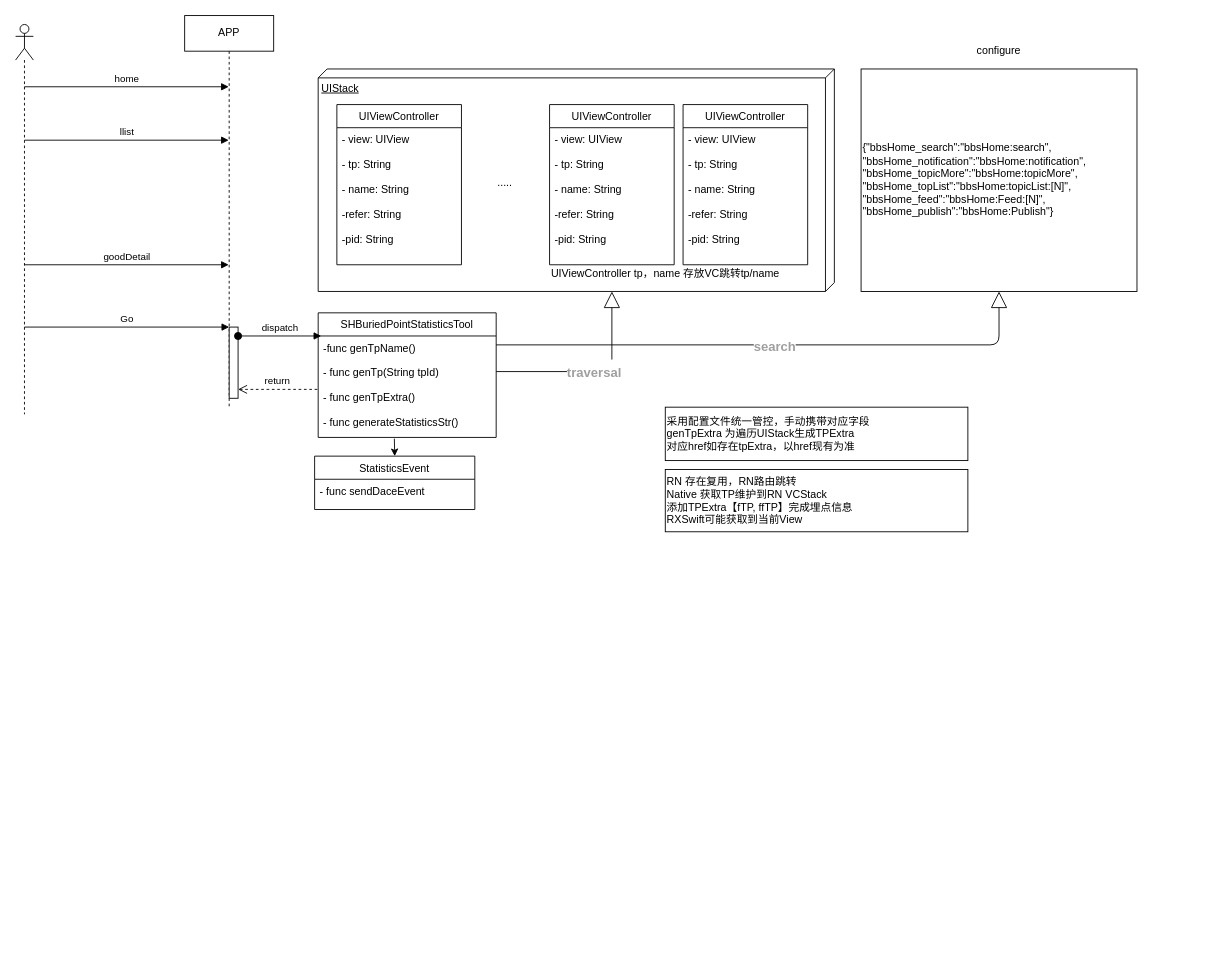
Earlier version of the draw.io diagram iOS埋点设计.drawio (aiquantong/Hero). Source tidied: cells renumbered, new cells numbered last; positions are measured from the earlier drawing's top-left corner, leaving out a move shared by most shapes. Both pictures are drawn from the tidied source at 89%, with x=0, y=0 at pixel (15, 15).
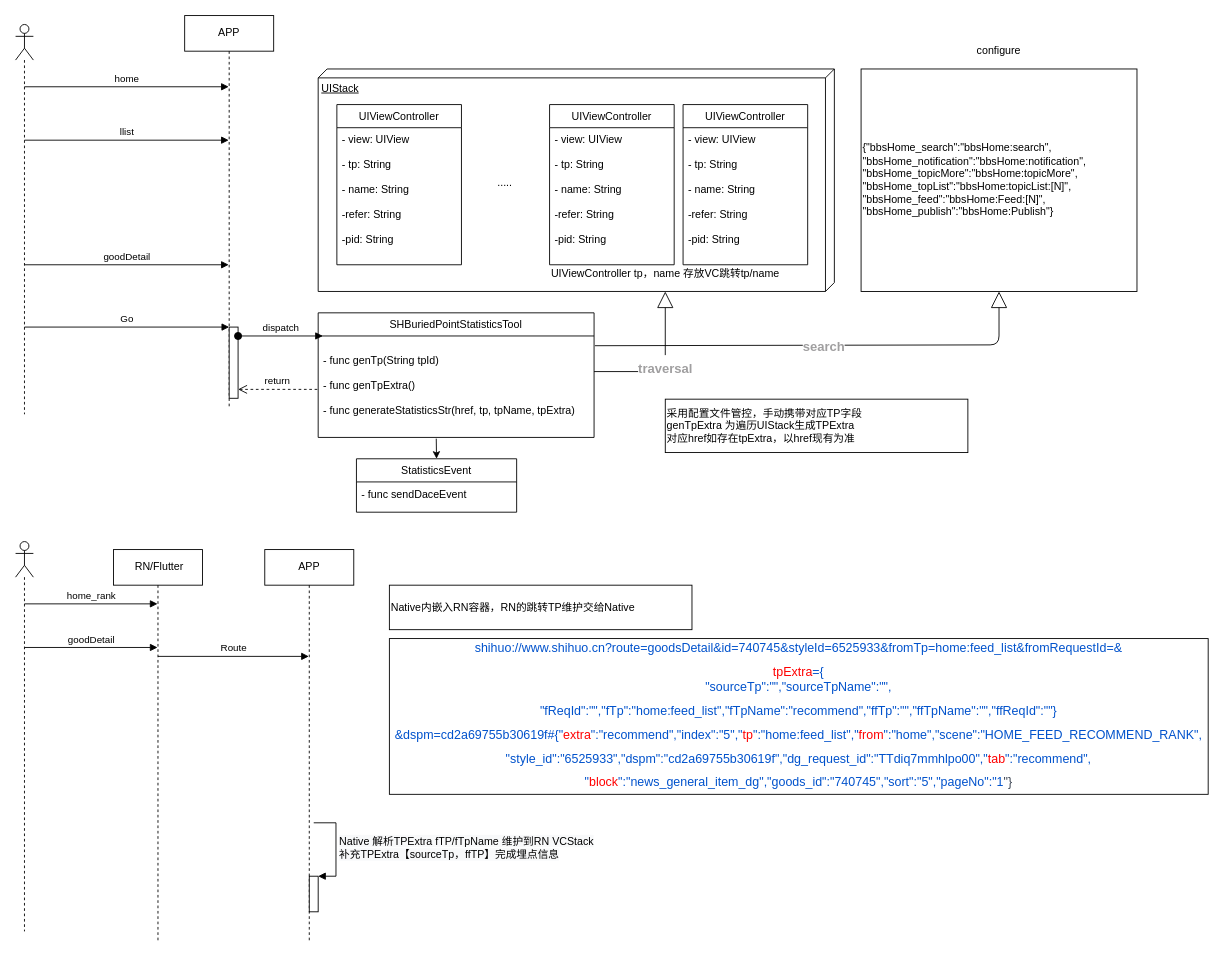
After the change.

Unchanged cells that the change refers to:
```xml
<mxCell id="2" value="UIStack" style="verticalAlign=top;align=left;spacingTop=8;spacingLeft=2;spacingRight=12;shape=cube;size=10;direction=south;fontStyle=4;html=1;" parent="1" vertex="1">
  <mxGeometry x="340" y="60" width="580" height="250" as="geometry" />
</mxCell>
<mxCell id="28" value="{&quot;bbsHome_search&quot;:&quot;bbsHome:search&quot;,&lt;br&gt;&quot;bbsHome_notification&quot;:&quot;bbsHome:notification&quot;,&lt;br&gt;&quot;bbsHome_topicMore&quot;:&quot;bbsHome:topicMore&quot;,&lt;br&gt;&quot;bbsHome_topList&quot;:&quot;bbsHome:topicList:[N]&quot;,&lt;br&gt;&quot;bbsHome_feed&quot;:&quot;bbsHome:Feed:[N]&quot;,&lt;br&gt;&quot;bbsHome_publish&quot;:&quot;bbsHome:Publish&quot;}" style="rounded=0;whiteSpace=wrap;html=1;align=left;" parent="1" vertex="1">
  <mxGeometry x="950" y="60" width="310" height="250" as="geometry" />
</mxCell>
```

Diff of the diagram source:
```diff
@@
     <mxCell id="5" value="SHBuriedPointStatisticsTool" style="swimlane;fontStyle=0;horizontal=1;startSize=26;fillColor=none;" parent="1" vertex="1">
-      <mxGeometry x="340" y="334" width="200" height="140" as="geometry" />
+      <mxGeometry x="340" y="334" width="310" height="140" as="geometry" />
     </mxCell>
-    <mxCell id="6" value="-func genTpName()&#10;&#10;- func genTp(String tpId)&#10;&#10;- func genTpExtra()&#10;&#10;- func generateStatisticsStr()" style="text;strokeColor=none;fillColor=none;align=left;verticalAlign=top;spacingLeft=4;spacingRight=4;overflow=hidden;points=[[0,0.5],[1,0.5]];portConstraint=eastwest;" parent="5" vertex="1">
-      <mxGeometry y="26" width="200" height="114" as="geometry" />
+    <mxCell id="6" value="&#10;- func genTp(String tpId)&#10;&#10;- func genTpExtra()&#10;&#10;- func generateStatisticsStr(href, tp, tpName, tpExtra)" style="text;strokeColor=none;fillColor=none;align=left;verticalAlign=top;spacingLeft=4;spacingRight=4;overflow=hidden;points=[[0,0.5],[1,0.5]];portConstraint=eastwest;" parent="5" vertex="1">
+      <mxGeometry y="26" width="310" height="114" as="geometry" />
     </mxCell>
@@
     <mxCell id="21" value="StatisticsEvent" style="swimlane;fontStyle=0;horizontal=1;startSize=26;fillColor=none;" parent="1" vertex="1">
-      <mxGeometry x="336" y="495" width="180" height="60" as="geometry" />
+      <mxGeometry x="383" y="498" width="180" height="60" as="geometry" />
     </mxCell>
@@
-    <mxCell id="24" value="&lt;h1 id=&quot;titleHeading&quot; style=&quot;margin: 0px ; background-position: 0px 0px&quot;&gt;&lt;font color=&quot;#a09fa0&quot; face=&quot;helvetica, lucida grande, lucida, verdana, sans-serif&quot;&gt;&lt;span style=&quot;font-size: 14.6667px&quot;&gt;traversal&lt;/span&gt;&lt;/font&gt;&lt;br&gt;&lt;/h1&gt;" style="endArrow=block;endSize=16;endFill=0;html=1;entryX=1;entryY=0.431;entryDx=0;entryDy=0;entryPerimeter=0;" parent="1" edge="1" target="2">
+    <mxCell id="24" value="&lt;h1 id=&quot;titleHeading&quot; style=&quot;margin: 0px ; background-position: 0px 0px&quot;&gt;&lt;font color=&quot;#a09fa0&quot; face=&quot;helvetica, lucida grande, lucida, verdana, sans-serif&quot;&gt;&lt;span style=&quot;font-size: 14.6667px&quot;&gt;traversal&lt;/span&gt;&lt;/font&gt;&lt;br&gt;&lt;/h1&gt;" style="endArrow=block;endSize=16;endFill=0;html=1;entryX=1;entryY=0.431;entryDx=0;entryDy=0;entryPerimeter=0;exitX=1;exitY=0.351;exitDx=0;exitDy=0;exitPerimeter=0;" parent="1" edge="1" source="6">
       <mxGeometry relative="1" as="geometry">
-        <mxPoint x="540" y="400" as="sourcePoint" />
+        <mxPoint x="730" y="310" as="targetPoint" />
         <Array as="points">
-          <mxPoint x="670" y="400" />
+          <mxPoint x="730" y="400" />
         </Array>
       </mxGeometry>
     </mxCell>
-    <mxCell id="25" value="&lt;span&gt;采用配置文件统一管控，手动携带对应字段&lt;br&gt;&lt;/span&gt;&lt;span&gt;genTpExtra 为遍历UIStack生成TPExtra&lt;br&gt;&lt;/span&gt;&lt;span&gt;对应href如存在tpExtra，以href现有为准&lt;br&gt;&lt;/span&gt;" style="rounded=0;whiteSpace=wrap;html=1;align=left;" parent="1" vertex="1">
-      <mxGeometry x="730" y="440" width="340" height="60" as="geometry" />
+    <mxCell id="25" value="&lt;span&gt;采用配置文件管控，手动携带对应TP字段&lt;br&gt;&lt;/span&gt;&lt;span&gt;genTpExtra 为遍历UIStack生成TPExtra&lt;br&gt;&lt;/span&gt;&lt;span&gt;对应href如存在tpExtra，以href现有为准&lt;br&gt;&lt;/span&gt;" style="rounded=0;whiteSpace=wrap;html=1;align=left;" parent="1" vertex="1">
+      <mxGeometry x="730" y="431" width="340" height="60" as="geometry" />
     </mxCell>
-    <mxCell id="26" value="&lt;span&gt;RN 存在复用，RN路由跳转&lt;br&gt;Native 获取TP维护到RN VCStack&lt;br&gt;添加TPExtra【fTP, ffTP】完成埋点信息&lt;br&gt;RXSwift可能获取到当前View&lt;br&gt;&lt;/span&gt;" style="rounded=0;whiteSpace=wrap;html=1;align=left;" parent="1" vertex="1">
-      <mxGeometry x="730" y="510" width="340" height="70" as="geometry" />
+    <mxCell id="26" value="&lt;span&gt;Native内嵌入RN容器，RN的跳转TP维护交给Native&lt;br&gt;&lt;/span&gt;" style="rounded=0;whiteSpace=wrap;html=1;align=left;" parent="1" vertex="1">
+      <mxGeometry x="420" y="640" width="340" height="50" as="geometry" />
     </mxCell>
@@
-    <mxCell id="29" value="&lt;h1 id=&quot;titleHeading&quot; style=&quot;margin: 0px ; background-position: 0px 0px&quot;&gt;&lt;font color=&quot;#a09fa0&quot; face=&quot;helvetica, lucida grande, lucida, verdana, sans-serif&quot;&gt;&lt;span style=&quot;font-size: 14.6667px&quot;&gt;search&lt;/span&gt;&lt;/font&gt;&lt;/h1&gt;" style="endArrow=block;endSize=16;endFill=0;html=1;entryX=0.5;entryY=1;entryDx=0;entryDy=0;" parent="1" edge="1" target="28">
+    <mxCell id="29" value="&lt;h1 id=&quot;titleHeading&quot; style=&quot;margin: 0px ; background-position: 0px 0px&quot;&gt;&lt;font color=&quot;#a09fa0&quot; face=&quot;helvetica, lucida grande, lucida, verdana, sans-serif&quot;&gt;&lt;span style=&quot;font-size: 14.6667px&quot;&gt;search&lt;/span&gt;&lt;/font&gt;&lt;/h1&gt;" style="endArrow=block;endSize=16;endFill=0;html=1;entryX=0.5;entryY=1;entryDx=0;entryDy=0;exitX=1.003;exitY=0.096;exitDx=0;exitDy=0;exitPerimeter=0;" parent="1" edge="1" source="6" target="28">
       <mxGeometry relative="1" as="geometry">
-        <mxPoint x="540" y="370" as="sourcePoint" />
         <Array as="points">
           <mxPoint x="1105" y="370" />
         </Array>
       </mxGeometry>
     </mxCell>
@@
+    <mxCell id="31" style="shape=umlLifeline;participant=umlActor;perimeter=lifelinePerimeter;whiteSpace=wrap;html=1;verticalAlign=top;spacingTop=36;" parent="1" vertex="1">
+      <mxGeometry y="591" width="20" height="438" as="geometry" />
+    </mxCell>
+    <mxCell id="32" value="home_rank" style="html=1;verticalAlign=bottom;endArrow=block;" parent="31" edge="1" target="33">
+      <mxGeometry relative="1" as="geometry">
+        <mxPoint x="10" y="70" as="sourcePoint" />
+      </mxGeometry>
+    </mxCell>
+    <mxCell id="33" value="&amp;nbsp;RN/Flutter" style="shape=umlLifeline;perimeter=lifelinePerimeter;whiteSpace=wrap;html=1;outlineConnect=0;" parent="1" vertex="1">
+      <mxGeometry x="110" y="600" width="100" height="440" as="geometry" />
+    </mxCell>
+    <mxCell id="34" value="APP" style="shape=umlLifeline;perimeter=lifelinePerimeter;whiteSpace=wrap;html=1;outlineConnect=0;" parent="1" vertex="1">
+      <mxGeometry x="280" y="600" width="100" height="440" as="geometry" />
+    </mxCell>
+    <mxCell id="35" style="html=1;points=[];perimeter=orthogonalPerimeter;" parent="34" vertex="1">
+      <mxGeometry x="50" y="367" width="10" height="40" as="geometry" />
+    </mxCell>
+    <mxCell id="36" value="&lt;span style=&quot;font-size: 12px ; background-color: rgb(248 , 249 , 250)&quot;&gt;Native 解析TPExtra fTP/fTpName 维护到RN VCStack&lt;/span&gt;&lt;br style=&quot;font-size: 12px ; background-color: rgb(248 , 249 , 250)&quot;&gt;&lt;span style=&quot;font-size: 12px ; background-color: rgb(248 , 249 , 250)&quot;&gt;补充TPExtra【sourceTp，ffTP】完成埋点信息&lt;/span&gt;" style="edgeStyle=orthogonalEdgeStyle;html=1;align=left;spacingLeft=2;endArrow=block;rounded=0;entryX=1;entryY=0;" parent="34" edge="1" target="35">
+      <mxGeometry relative="1" as="geometry">
+        <mxPoint x="55" y="307" as="sourcePoint" />
+        <Array as="points">
+          <mxPoint x="55" y="307" />
+          <mxPoint x="80" y="307" />
+          <mxPoint x="80" y="367" />
+        </Array>
+      </mxGeometry>
+    </mxCell>
+    <mxCell id="37" value="goodDetail" style="html=1;verticalAlign=bottom;endArrow=block;" parent="1" edge="1">
+      <mxGeometry relative="1" as="geometry">
+        <mxPoint x="10" y="710" as="sourcePoint" />
+        <mxPoint x="159.5" y="710" as="targetPoint" />
+      </mxGeometry>
+    </mxCell>
+    <mxCell id="38" value="Route" style="html=1;verticalAlign=bottom;endArrow=block;" parent="1" edge="1" target="34">
+      <mxGeometry relative="1" as="geometry">
+        <mxPoint x="160" y="720" as="sourcePoint" />
+      </mxGeometry>
+    </mxCell>
+    <mxCell id="39" value="&lt;p style=&quot;margin: 10px 0px 0px ; padding: 0px ; color: rgb(23 , 43 , 77) ; font-family: , , &amp;#34;segoe ui&amp;#34; , &amp;#34;roboto&amp;#34; , &amp;#34;oxygen&amp;#34; , &amp;#34;ubuntu&amp;#34; , &amp;#34;fira sans&amp;#34; , &amp;#34;droid sans&amp;#34; , &amp;#34;helvetica neue&amp;#34; , sans-serif ; font-size: 14px ; background-color: rgb(255 , 255 , 255)&quot;&gt;&lt;span style=&quot;color: rgb(59 , 67 , 81)&quot;&gt;&lt;a style=&quot;color: rgb(0 , 82 , 204)&quot;&gt;shihuo://www.shihuo.cn?route=goodsDetail&amp;amp;id=740745&amp;amp;styleId=6525933&amp;amp;fromTp=home:feed_list&amp;amp;fromRequestId=&amp;amp;&lt;/a&gt;&lt;/span&gt;&lt;/p&gt;&lt;p style=&quot;margin: 10px 0px 0px ; padding: 0px ; color: rgb(23 , 43 , 77) ; font-family: , , &amp;#34;segoe ui&amp;#34; , &amp;#34;roboto&amp;#34; , &amp;#34;oxygen&amp;#34; , &amp;#34;ubuntu&amp;#34; , &amp;#34;fira sans&amp;#34; , &amp;#34;droid sans&amp;#34; , &amp;#34;helvetica neue&amp;#34; , sans-serif ; font-size: 14px ; background-color: rgb(255 , 255 , 255)&quot;&gt;&lt;span style=&quot;color: rgb(59 , 67 , 81)&quot;&gt;&lt;a style=&quot;color: rgb(0 , 82 , 204)&quot;&gt;&lt;span style=&quot;color: rgb(255 , 0 , 0)&quot;&gt;tpExtra&lt;/span&gt;={&lt;/a&gt;&lt;/span&gt;&lt;/p&gt;&lt;a style=&quot;color: rgb(0 , 82 , 204) ; font-family: , , &amp;#34;segoe ui&amp;#34; , &amp;#34;roboto&amp;#34; , &amp;#34;oxygen&amp;#34; , &amp;#34;ubuntu&amp;#34; , &amp;#34;fira sans&amp;#34; , &amp;#34;droid sans&amp;#34; , &amp;#34;helvetica neue&amp;#34; , sans-serif ; font-size: 14px ; background-color: rgb(255 , 255 , 255)&quot;&gt;&quot;sourceTp&quot;:&quot;&quot;,&quot;sourceTpName&quot;:&quot;&quot;,&lt;/a&gt;&lt;p style=&quot;margin: 10px 0px 0px ; padding: 0px ; color: rgb(23 , 43 , 77) ; font-family: , , &amp;#34;segoe ui&amp;#34; , &amp;#34;roboto&amp;#34; , &amp;#34;oxygen&amp;#34; , &amp;#34;ubuntu&amp;#34; , &amp;#34;fira sans&amp;#34; , &amp;#34;droid sans&amp;#34; , &amp;#34;helvetica neue&amp;#34; , sans-serif ; font-size: 14px ; background-color: rgb(255 , 255 , 255)&quot;&gt;&lt;span style=&quot;color: rgb(59 , 67 , 81)&quot;&gt;&lt;a style=&quot;color: rgb(0 , 82 , 204)&quot;&gt;&quot;fReqId&quot;:&quot;&quot;,&quot;fTp&quot;:&quot;home:feed_list&quot;,&quot;fTpName&quot;:&quot;recommend&quot;,&quot;ffTp&quot;:&quot;&quot;,&quot;ffTpName&quot;:&quot;&quot;,&quot;ffReqId&quot;:&quot;&quot;}&lt;/a&gt;&lt;/span&gt;&lt;/p&gt;&lt;p style=&quot;margin: 10px 0px 0px ; padding: 0px ; color: rgb(23 , 43 , 77) ; font-family: , , &amp;#34;segoe ui&amp;#34; , &amp;#34;roboto&amp;#34; , &amp;#34;oxygen&amp;#34; , &amp;#34;ubuntu&amp;#34; , &amp;#34;fira sans&amp;#34; , &amp;#34;droid sans&amp;#34; , &amp;#34;helvetica neue&amp;#34; , sans-serif ; font-size: 14px ; background-color: rgb(255 , 255 , 255)&quot;&gt;&lt;span style=&quot;color: rgb(59 , 67 , 81)&quot;&gt;&lt;a style=&quot;color: rgb(0 , 82 , 204)&quot;&gt;&amp;amp;dspm=cd2a69755b30619f#&lt;/a&gt;&lt;/span&gt;&lt;a style=&quot;color: rgb(0 , 82 , 204)&quot;&gt;{&quot;&lt;span style=&quot;color: rgb(255 , 0 , 0)&quot;&gt;extra&lt;/span&gt;&quot;:&quot;recommend&quot;,&quot;index&quot;:&quot;5&quot;,&quot;&lt;span style=&quot;color: rgb(255 , 0 , 0)&quot;&gt;tp&lt;/span&gt;&quot;:&quot;home:feed_list&quot;,&quot;&lt;span style=&quot;color: rgb(255 , 0 , 0)&quot;&gt;from&lt;/span&gt;&quot;:&quot;home&quot;,&quot;scene&quot;:&quot;HOME_FEED_RECOMMEND_RANK&quot;,&lt;/a&gt;&lt;/p&gt;&lt;p style=&quot;margin: 10px 0px 0px ; padding: 0px ; color: rgb(23 , 43 , 77) ; font-family: , , &amp;#34;segoe ui&amp;#34; , &amp;#34;roboto&amp;#34; , &amp;#34;oxygen&amp;#34; , &amp;#34;ubuntu&amp;#34; , &amp;#34;fira sans&amp;#34; , &amp;#34;droid sans&amp;#34; , &amp;#34;helvetica neue&amp;#34; , sans-serif ; font-size: 14px ; background-color: rgb(255 , 255 , 255)&quot;&gt;&lt;a style=&quot;color: rgb(0 , 82 , 204)&quot;&gt;&quot;style_id&quot;:&quot;6525933&quot;,&quot;dspm&quot;:&quot;cd2a69755b30619f&quot;,&quot;dg_request_id&quot;:&quot;TTdiq7mmhlpo00&quot;,&quot;&lt;span style=&quot;color: rgb(255 , 0 , 0)&quot;&gt;tab&lt;/span&gt;&quot;:&quot;recommend&quot;,&lt;/a&gt;&lt;/p&gt;&lt;p style=&quot;margin: 10px 0px 0px ; padding: 0px ; color: rgb(23 , 43 , 77) ; font-family: , , &amp;#34;segoe ui&amp;#34; , &amp;#34;roboto&amp;#34; , &amp;#34;oxygen&amp;#34; , &amp;#34;ubuntu&amp;#34; , &amp;#34;fira sans&amp;#34; , &amp;#34;droid sans&amp;#34; , &amp;#34;helvetica neue&amp;#34; , sans-serif ; font-size: 14px ; background-color: rgb(255 , 255 , 255)&quot;&gt;&lt;a style=&quot;color: rgb(0 , 82 , 204)&quot;&gt;&quot;&lt;span style=&quot;color: rgb(255 , 0 , 0)&quot;&gt;block&lt;/span&gt;&quot;:&quot;news_general_item_dg&quot;,&quot;goods_id&quot;:&quot;740745&quot;,&quot;sort&quot;:&quot;5&quot;,&quot;pageNo&quot;:&quot;1&lt;/a&gt;&lt;span style=&quot;color: rgb(59 , 67 , 81)&quot;&gt;&quot;}&lt;/span&gt;&lt;/p&gt;&lt;div&gt;&lt;span style=&quot;color: rgb(59 , 67 , 81)&quot;&gt;&lt;br&gt;&lt;/span&gt;&lt;/div&gt;" style="rounded=0;whiteSpace=wrap;html=1;" parent="1" vertex="1">
+      <mxGeometry x="420" y="700" width="920" height="175" as="geometry" />
+    </mxCell>
```
